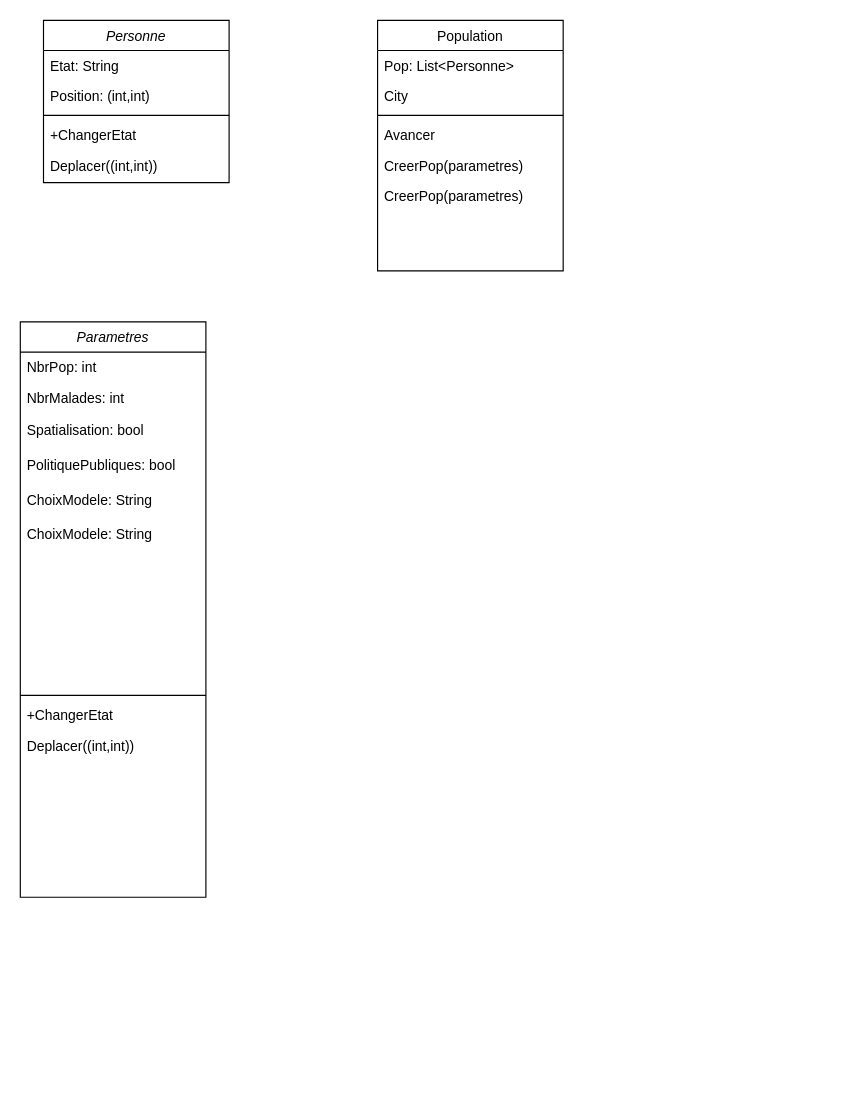
Before: Class_diagram.drawio in thomas-binga/APO_SIR_PROJET, a draw.io diagram. Source tidied: cells renumbered, new cells numbered last; positions are measured from the earlier drawing's top-left corner, leaving out a move shared by most shapes. Both pictures are drawn from the tidied source at 116%, with x=0, y=0 at pixel (20, 20).
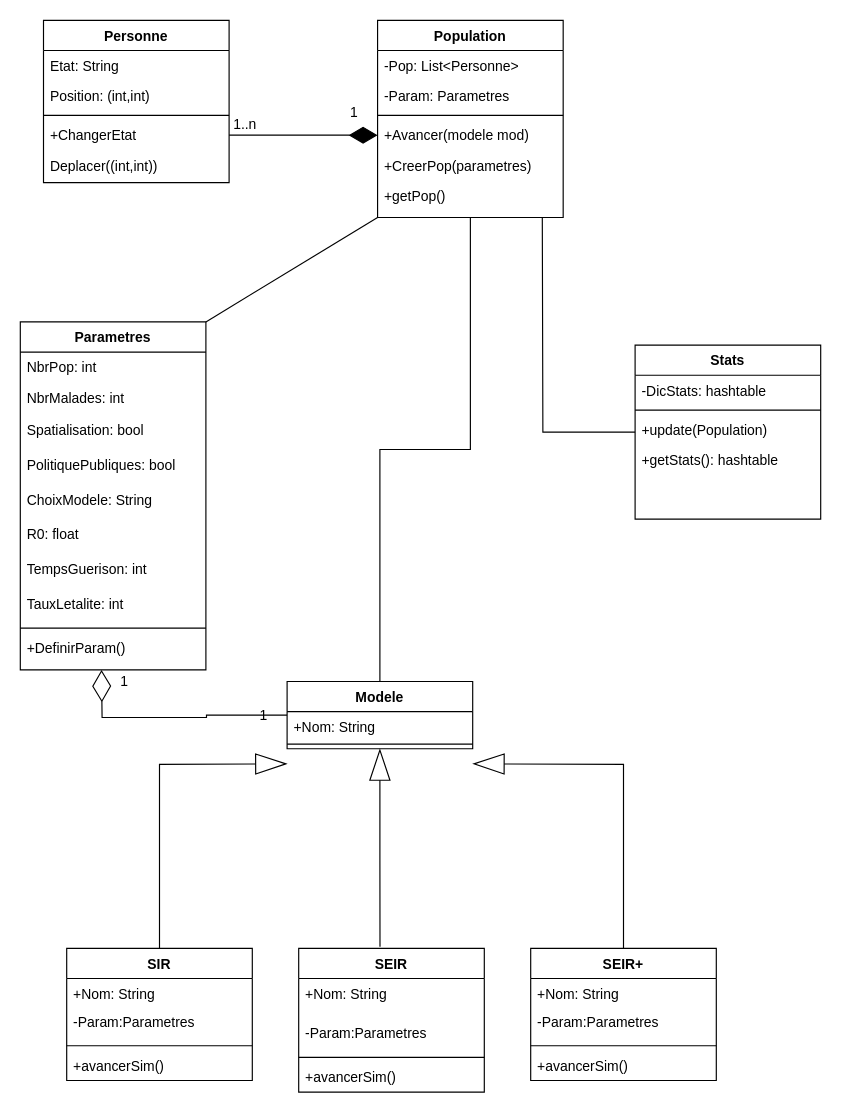
The same diagram, later.

The change refers to these unchanged cells:
```xml
<mxCell id="6" value="+ChangerEtat" style="text;align=left;verticalAlign=top;spacingLeft=4;spacingRight=4;overflow=hidden;points=[[0,0.5],[1,0.5]];portConstraint=eastwest;" parent="2" vertex="1">
  <mxGeometry y="86" width="160" height="26" as="geometry" />
</mxCell>
```

What changed in the source:
```diff
@@
-    <mxCell id="2" value="Personne" style="swimlane;fontStyle=2;align=center;verticalAlign=top;horizontal=1;startSize=26;rounded=0;shadow=0;strokeWidth=1;" parent="1" vertex="1">
+    <mxCell id="2" value="Personne" style="swimlane;fontStyle=1;align=center;verticalAlign=top;horizontal=1;startSize=26;rounded=0;shadow=0;strokeWidth=1;" parent="1" vertex="1">
       <mxGeometry x="20" width="160" height="140" as="geometry" />
     </mxCell>
@@
-    <mxCell id="8" value="Population" style="swimlane;fontStyle=0;align=center;verticalAlign=top;horizontal=1;startSize=26;rounded=0;shadow=0;strokeWidth=1;" parent="1" vertex="1">
-      <mxGeometry x="308" width="160" height="216" as="geometry" />
+    <mxCell id="8" value="Population" style="swimlane;fontStyle=1;align=center;verticalAlign=top;horizontal=1;startSize=26;rounded=0;shadow=0;strokeWidth=1;" parent="1" vertex="1">
+      <mxGeometry x="308" width="160" height="170" as="geometry" />
     </mxCell>
-    <mxCell id="9" value="Pop: List&lt;Personne&gt;" style="text;align=left;verticalAlign=top;spacingLeft=4;spacingRight=4;overflow=hidden;" parent="8" vertex="1">
+    <mxCell id="9" value="-Pop: List&lt;Personne&gt;" style="text;align=left;verticalAlign=top;spacingLeft=4;spacingRight=4;overflow=hidden;" parent="8" vertex="1">
       <mxGeometry y="26" width="160" height="26" as="geometry" />
     </mxCell>
-    <mxCell id="10" value="City" style="text;align=left;verticalAlign=top;spacingLeft=4;spacingRight=4;overflow=hidden;rounded=0;shadow=0;html=0;" parent="8" vertex="1">
-      <mxGeometry y="52" width="160" height="26" as="geometry" />
-    </mxCell>
+    <mxCell id="25" value="-Param: Parametres" style="text;align=left;verticalAlign=top;spacingLeft=4;spacingRight=4;overflow=hidden;" parent="8" vertex="1">
+      <mxGeometry y="52" width="160" height="26" as="geometry" />
+    </mxCell>
@@
-    <mxCell id="12" value="Avancer" style="text;align=left;verticalAlign=top;spacingLeft=4;spacingRight=4;overflow=hidden;points=[[0,0.5],[1,0.5]];portConstraint=eastwest;" parent="8" vertex="1">
+    <mxCell id="12" value="+Avancer(modele mod)" style="text;align=left;verticalAlign=top;spacingLeft=4;spacingRight=4;overflow=hidden;points=[[0,0.5],[1,0.5]];portConstraint=eastwest;" parent="8" vertex="1">
       <mxGeometry y="86" width="160" height="26" as="geometry" />
     </mxCell>
-    <mxCell id="13" value="CreerPop(parametres)" style="text;align=left;verticalAlign=top;spacingLeft=4;spacingRight=4;overflow=hidden;" parent="8" vertex="1">
+    <mxCell id="13" value="+CreerPop(parametres)" style="text;align=left;verticalAlign=top;spacingLeft=4;spacingRight=4;overflow=hidden;" parent="8" vertex="1">
       <mxGeometry y="112" width="160" height="26" as="geometry" />
     </mxCell>
-    <mxCell id="14" value="CreerPop(parametres)" style="text;align=left;verticalAlign=top;spacingLeft=4;spacingRight=4;overflow=hidden;" parent="8" vertex="1">
-      <mxGeometry y="138" width="160" height="26" as="geometry" />
-    </mxCell>
+    <mxCell id="26" value="+getPop()" style="text;align=left;verticalAlign=top;spacingLeft=4;spacingRight=4;overflow=hidden;" parent="8" vertex="1">
+      <mxGeometry y="138" width="160" height="26" as="geometry" />
+    </mxCell>
-    <mxCell id="15" value="Parametres" style="swimlane;fontStyle=2;align=center;verticalAlign=top;horizontal=1;startSize=26;rounded=0;shadow=0;strokeWidth=1;" parent="1" vertex="1">
-      <mxGeometry y="260" width="160" height="496" as="geometry" />
+    <mxCell id="15" value="Parametres" style="swimlane;fontStyle=1;align=center;verticalAlign=top;horizontal=1;startSize=26;rounded=0;shadow=0;strokeWidth=1;" parent="1" vertex="1">
+      <mxGeometry y="260" width="160" height="300" as="geometry" />
     </mxCell>
@@
+    <mxCell id="27" value="R0: float" style="text;align=left;verticalAlign=top;spacingLeft=4;spacingRight=4;overflow=hidden;rounded=0;shadow=0;html=0;" parent="15" vertex="1">
+      <mxGeometry y="170" width="160" height="30" as="geometry" />
+    </mxCell>
+    <mxCell id="28" value="TempsGuerison: int" style="text;align=left;verticalAlign=top;spacingLeft=4;spacingRight=4;overflow=hidden;rounded=0;shadow=0;html=0;" parent="15" vertex="1">
+      <mxGeometry y="200" width="160" height="30" as="geometry" />
+    </mxCell>
-    <mxCell id="21" value="ChoixModele: String" style="text;align=left;verticalAlign=top;spacingLeft=4;spacingRight=4;overflow=hidden;rounded=0;shadow=0;html=0;" parent="15" vertex="1">
-      <mxGeometry y="170" width="160" height="148" as="geometry" />
+    <mxCell id="21" value="TauxLetalite: int" style="text;align=left;verticalAlign=top;spacingLeft=4;spacingRight=4;overflow=hidden;rounded=0;shadow=0;html=0;" parent="15" vertex="1">
+      <mxGeometry y="230" width="160" height="30" as="geometry" />
     </mxCell>
     <mxCell id="22" style="line;html=1;strokeWidth=1;align=left;verticalAlign=middle;spacingTop=-1;spacingLeft=3;spacingRight=3;labelPosition=right;" parent="15" vertex="1">
-      <mxGeometry y="318" width="160" height="8" as="geometry" />
+      <mxGeometry y="260" width="160" height="8" as="geometry" />
     </mxCell>
-    <mxCell id="23" value="+ChangerEtat" style="text;align=left;verticalAlign=top;spacingLeft=4;spacingRight=4;overflow=hidden;" parent="15" vertex="1">
-      <mxGeometry y="326" width="160" height="26" as="geometry" />
+    <mxCell id="23" value="+DefinirParam()" style="text;align=left;verticalAlign=top;spacingLeft=4;spacingRight=4;overflow=hidden;" parent="15" vertex="1">
+      <mxGeometry y="268" width="160" height="26" as="geometry" />
     </mxCell>
-    <mxCell id="24" value="Deplacer((int,int))" style="text;align=left;verticalAlign=top;spacingLeft=4;spacingRight=4;overflow=hidden;" parent="15" vertex="1">
-      <mxGeometry y="352" width="160" height="26" as="geometry" />
-    </mxCell>
+    <mxCell id="29" style="endArrow=none;html=1;entryX=0;entryY=1;entryDx=0;entryDy=0;exitX=1;exitY=0;exitDx=0;exitDy=0;" parent="1" edge="1" source="15" target="8">
+      <mxGeometry relative="1" as="geometry" />
+    </mxCell>
+    <mxCell id="30" style="edgeStyle=orthogonalEdgeStyle;rounded=0;jettySize=auto;html=1;endArrow=none;endFill=0;" parent="1" edge="1" source="31">
+      <mxGeometry relative="1" as="geometry">
+        <mxPoint x="450" y="170" as="targetPoint" />
+      </mxGeometry>
+    </mxCell>
+    <mxCell id="31" value="Stats" style="swimlane;fontStyle=1;align=center;verticalAlign=top;horizontal=1;startSize=26;rounded=0;shadow=0;strokeWidth=1;" parent="1" vertex="1">
+      <mxGeometry x="530" y="280" width="160" height="150" as="geometry" />
+    </mxCell>
+    <mxCell id="32" value="-DicStats: hashtable" style="text;align=left;verticalAlign=top;spacingLeft=4;spacingRight=4;overflow=hidden;" parent="31" vertex="1">
+      <mxGeometry y="26" width="160" height="26" as="geometry" />
+    </mxCell>
+    <mxCell id="33" style="line;html=1;strokeWidth=1;align=left;verticalAlign=middle;spacingTop=-1;spacingLeft=3;spacingRight=3;labelPosition=right;" parent="31" vertex="1">
+      <mxGeometry y="52" width="160" height="8" as="geometry" />
+    </mxCell>
+    <mxCell id="34" value="+update(Population)" style="text;align=left;verticalAlign=top;spacingLeft=4;spacingRight=4;overflow=hidden;" parent="31" vertex="1">
+      <mxGeometry y="60" width="160" height="26" as="geometry" />
+    </mxCell>
+    <mxCell id="35" value="+getStats(): hashtable" style="text;align=left;verticalAlign=top;spacingLeft=4;spacingRight=4;overflow=hidden;" parent="31" vertex="1">
+      <mxGeometry y="86" width="160" height="26" as="geometry" />
+    </mxCell>
+    <mxCell id="36" style="edgeStyle=orthogonalEdgeStyle;rounded=0;jettySize=auto;html=1;endArrow=diamondThin;endFill=0;strokeWidth=1;startSize=6;endSize=25;" parent="1" edge="1" source="39">
+      <mxGeometry relative="1" as="geometry">
+        <mxPoint x="70" y="560" as="targetPoint" />
+      </mxGeometry>
+    </mxCell>
+    <mxCell id="37" style="edgeStyle=orthogonalEdgeStyle;rounded=0;jettySize=auto;html=1;entryX=0.5;entryY=1;entryDx=0;entryDy=0;endArrow=none;endFill=0;" parent="1" edge="1" source="39" target="8">
+      <mxGeometry relative="1" as="geometry" />
+    </mxCell>
+    <mxCell id="38" style="edgeStyle=orthogonalEdgeStyle;rounded=0;jettySize=auto;html=1;entryX=0.438;entryY=-0.01;entryDx=0;entryDy=0;entryPerimeter=0;startArrow=blockThin;startFill=0;startSize=25;endArrow=none;endFill=0;endSize=25;strokeWidth=1;" parent="1" edge="1" source="39" target="47">
+      <mxGeometry relative="1" as="geometry" />
+    </mxCell>
+    <mxCell id="39" value="Modele" style="swimlane;fontStyle=1;align=center;verticalAlign=top;horizontal=1;startSize=26;" parent="1" vertex="1">
+      <mxGeometry x="230" y="570" width="160" height="58" as="geometry" />
+    </mxCell>
+    <mxCell id="40" value="+Nom: String" style="text;strokeColor=none;fillColor=none;align=left;verticalAlign=top;spacingLeft=4;spacingRight=4;overflow=hidden;" parent="39" vertex="1">
+      <mxGeometry y="26" width="160" height="24" as="geometry" />
+    </mxCell>
+    <mxCell id="41" style="line;strokeWidth=1;fillColor=none;align=left;verticalAlign=middle;spacingTop=-1;spacingLeft=3;spacingRight=3;labelPosition=right;" parent="39" vertex="1">
+      <mxGeometry y="50" width="160" height="8" as="geometry" />
+    </mxCell>
+    <mxCell id="42" value="SIR" style="swimlane;fontStyle=1;align=center;verticalAlign=top;horizontal=1;startSize=26;" parent="1" vertex="1">
+      <mxGeometry x="40" y="800" width="160" height="114" as="geometry" />
+    </mxCell>
+    <mxCell id="43" value="+Nom: String" style="text;strokeColor=none;fillColor=none;align=left;verticalAlign=top;spacingLeft=4;spacingRight=4;overflow=hidden;" parent="42" vertex="1">
+      <mxGeometry y="26" width="160" height="24" as="geometry" />
+    </mxCell>
+    <mxCell id="44" value="-Param:Parametres" style="text;strokeColor=none;fillColor=none;align=left;verticalAlign=top;spacingLeft=4;spacingRight=4;overflow=hidden;" parent="42" vertex="1">
+      <mxGeometry y="50" width="160" height="30" as="geometry" />
+    </mxCell>
+    <mxCell id="45" style="line;strokeWidth=1;fillColor=none;align=left;verticalAlign=middle;spacingTop=-1;spacingLeft=3;spacingRight=3;labelPosition=right;" parent="42" vertex="1">
+      <mxGeometry y="80" width="160" height="8" as="geometry" />
+    </mxCell>
+    <mxCell id="46" value="+avancerSim()" style="text;strokeColor=none;fillColor=none;align=left;verticalAlign=top;spacingLeft=4;spacingRight=4;overflow=hidden;" parent="42" vertex="1">
+      <mxGeometry y="88" width="160" height="26" as="geometry" />
+    </mxCell>
+    <mxCell id="47" value="SEIR" style="swimlane;fontStyle=1;align=center;verticalAlign=top;horizontal=1;startSize=26;" parent="1" vertex="1">
+      <mxGeometry x="240" y="800" width="160" height="124" as="geometry" />
+    </mxCell>
+    <mxCell id="48" value="+Nom: String" style="text;strokeColor=none;fillColor=none;align=left;verticalAlign=top;spacingLeft=4;spacingRight=4;overflow=hidden;" parent="47" vertex="1">
+      <mxGeometry y="26" width="160" height="34" as="geometry" />
+    </mxCell>
+    <mxCell id="49" value="-Param:Parametres" style="text;strokeColor=none;fillColor=none;align=left;verticalAlign=top;spacingLeft=4;spacingRight=4;overflow=hidden;" parent="47" vertex="1">
+      <mxGeometry y="60" width="160" height="30" as="geometry" />
+    </mxCell>
+    <mxCell id="50" style="line;strokeWidth=1;fillColor=none;align=left;verticalAlign=middle;spacingTop=-1;spacingLeft=3;spacingRight=3;labelPosition=right;" parent="47" vertex="1">
+      <mxGeometry y="90" width="160" height="8" as="geometry" />
+    </mxCell>
+    <mxCell id="51" value="+avancerSim()" style="text;strokeColor=none;fillColor=none;align=left;verticalAlign=top;spacingLeft=4;spacingRight=4;overflow=hidden;" parent="47" vertex="1">
+      <mxGeometry y="98" width="160" height="26" as="geometry" />
+    </mxCell>
+    <mxCell id="52" value="SEIR+" style="swimlane;fontStyle=1;align=center;verticalAlign=top;horizontal=1;startSize=26;" parent="1" vertex="1">
+      <mxGeometry x="440" y="800" width="160" height="114" as="geometry" />
+    </mxCell>
+    <mxCell id="53" value="+Nom: String" style="text;strokeColor=none;fillColor=none;align=left;verticalAlign=top;spacingLeft=4;spacingRight=4;overflow=hidden;" parent="52" vertex="1">
+      <mxGeometry y="26" width="160" height="24" as="geometry" />
+    </mxCell>
+    <mxCell id="54" value="-Param:Parametres" style="text;strokeColor=none;fillColor=none;align=left;verticalAlign=top;spacingLeft=4;spacingRight=4;overflow=hidden;" parent="52" vertex="1">
+      <mxGeometry y="50" width="160" height="30" as="geometry" />
+    </mxCell>
+    <mxCell id="55" style="line;strokeWidth=1;fillColor=none;align=left;verticalAlign=middle;spacingTop=-1;spacingLeft=3;spacingRight=3;labelPosition=right;" parent="52" vertex="1">
+      <mxGeometry y="80" width="160" height="8" as="geometry" />
+    </mxCell>
+    <mxCell id="56" value="+avancerSim()" style="text;strokeColor=none;fillColor=none;align=left;verticalAlign=top;spacingLeft=4;spacingRight=4;overflow=hidden;" parent="52" vertex="1">
+      <mxGeometry y="88" width="160" height="26" as="geometry" />
+    </mxCell>
+    <mxCell id="57" style="edgeStyle=orthogonalEdgeStyle;rounded=0;jettySize=auto;html=1;entryX=0;entryY=0.5;entryDx=0;entryDy=0;startSize=6;endArrow=diamondThin;endFill=1;endSize=22;strokeWidth=1;" parent="1" edge="1" source="6" target="12">
+      <mxGeometry relative="1" as="geometry" />
+    </mxCell>
+    <mxCell id="58" value="1..n" style="text;html=1;strokeColor=none;fillColor=none;align=center;verticalAlign=middle;whiteSpace=wrap;rounded=0;" parent="1" vertex="1">
+      <mxGeometry x="174" y="80" width="40" height="20" as="geometry" />
+    </mxCell>
+    <mxCell id="59" value="1" style="text;html=1;strokeColor=none;fillColor=none;align=center;verticalAlign=middle;whiteSpace=wrap;rounded=0;" parent="1" vertex="1">
+      <mxGeometry x="268" y="70" width="40" height="20" as="geometry" />
+    </mxCell>
+    <mxCell id="60" style="edgeStyle=orthogonalEdgeStyle;rounded=0;jettySize=auto;html=1;entryX=0.5;entryY=0;entryDx=0;entryDy=0;startSize=25;endArrow=none;endFill=0;endSize=25;strokeWidth=1;startArrow=blockThin;startFill=0;" parent="1" edge="1" target="42">
+      <mxGeometry relative="1" as="geometry">
+        <mxPoint x="230" y="641" as="sourcePoint" />
+      </mxGeometry>
+    </mxCell>
+    <mxCell id="61" style="edgeStyle=orthogonalEdgeStyle;rounded=0;jettySize=auto;html=1;entryX=0.5;entryY=0;entryDx=0;entryDy=0;startArrow=blockThin;startFill=0;startSize=25;endArrow=none;endFill=0;endSize=25;strokeWidth=1;" parent="1" edge="1" target="52">
+      <mxGeometry relative="1" as="geometry">
+        <mxPoint x="390" y="641" as="sourcePoint" />
+      </mxGeometry>
+    </mxCell>
+    <mxCell id="62" value="1" style="text;html=1;strokeColor=none;fillColor=none;align=center;verticalAlign=middle;whiteSpace=wrap;rounded=0;" parent="1" vertex="1">
+      <mxGeometry x="70" y="560" width="40" height="20" as="geometry" />
+    </mxCell>
+    <mxCell id="63" value="1" style="text;html=1;strokeColor=none;fillColor=none;align=center;verticalAlign=middle;whiteSpace=wrap;rounded=0;" parent="1" vertex="1">
+      <mxGeometry x="190" y="590" width="40" height="20" as="geometry" />
+    </mxCell>
```
